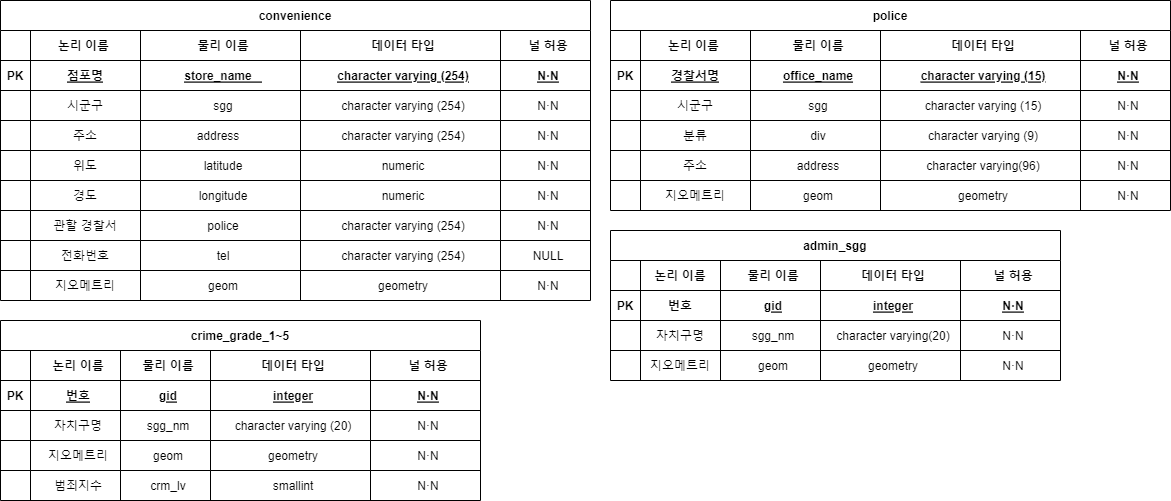
Earlier version of the draw.io export ERD.drawio.png (ssing365/ansimMap). Source tidied: cells renumbered, new cells last; positions are measured from the earlier drawing's top-left corner, leaving out a move shared by most shapes.
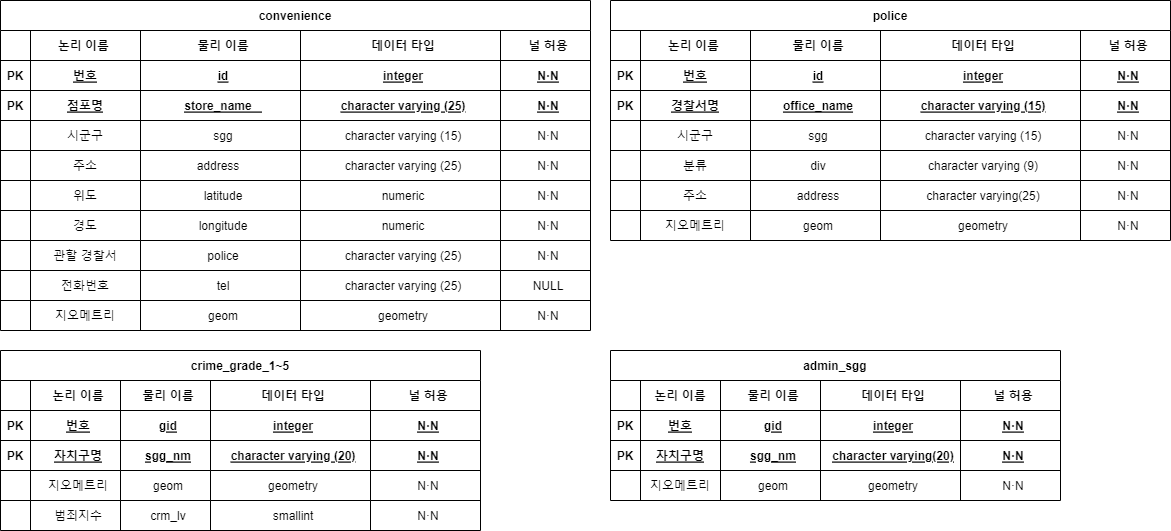
After the change.

The edit, as a diff of the source:
```diff
@@ -5,3 +5,3 @@
     <mxCell id="2" value="convenience" style="shape=table;startSize=30;rowLines=1;fontStyle=1;align=center;resizeLastRow=0;horizontal=1;" parent="1" vertex="1">
-      <mxGeometry width="590" height="300" as="geometry" />
+      <mxGeometry width="590" height="330" as="geometry" />
     </mxCell>
@@ -25,4 +25,22 @@
     </mxCell>
+    <mxCell id="150" style="shape=partialRectangle;fillColor=none;top=0;left=0;right=0;bottom=1;" parent="2" vertex="1">
+      <mxGeometry y="60" width="590" height="30" as="geometry" />
+    </mxCell>
+    <mxCell id="151" value="PK" style="shape=partialRectangle;overflow=hidden;fillColor=none;top=0;left=0;bottom=0;right=0;fontStyle=1;" parent="150" vertex="1">
+      <mxGeometry width="30" height="30" as="geometry" />
+    </mxCell>
+    <mxCell id="152" value="번호" style="shape=partialRectangle;overflow=hidden;fillColor=none;top=0;left=0;bottom=0;right=0;fontStyle=5;" parent="150" vertex="1">
+      <mxGeometry x="30" width="110" height="30" as="geometry" />
+    </mxCell>
+    <mxCell id="153" value="id" style="shape=partialRectangle;overflow=hidden;fillColor=none;top=0;left=0;bottom=0;right=0;align=center;spacingLeft=6;fontStyle=5;" parent="150" vertex="1">
+      <mxGeometry x="140" width="160" height="30" as="geometry" />
+    </mxCell>
+    <mxCell id="154" value="integer" style="shape=partialRectangle;overflow=hidden;fillColor=none;top=0;left=0;bottom=0;right=0;align=center;spacingLeft=6;fontStyle=5;" parent="150" vertex="1">
+      <mxGeometry x="300" width="200" height="30" as="geometry" />
+    </mxCell>
+    <mxCell id="155" value="N·N" style="shape=partialRectangle;overflow=hidden;fillColor=none;top=0;left=0;bottom=0;right=0;align=center;spacingLeft=6;fontStyle=5;" parent="150" vertex="1">
+      <mxGeometry x="500" width="90" height="30" as="geometry" />
+    </mxCell>
     <mxCell id="9" style="shape=partialRectangle;fillColor=none;top=0;left=0;right=0;bottom=1;" parent="2" vertex="1">
-      <mxGeometry y="60" width="590" height="30" as="geometry" />
+      <mxGeometry y="90" width="590" height="30" as="geometry" />
     </mxCell>
@@ -37,3 +55,3 @@
     </mxCell>
-    <mxCell id="13" value="character varying (254)" style="shape=partialRectangle;overflow=hidden;fillColor=none;top=0;left=0;bottom=0;right=0;align=center;spacingLeft=6;fontStyle=5;" parent="9" vertex="1">
+    <mxCell id="13" value="character varying (25)" style="shape=partialRectangle;overflow=hidden;fillColor=none;top=0;left=0;bottom=0;right=0;align=center;spacingLeft=6;fontStyle=5;" parent="9" vertex="1">
       <mxGeometry x="300" width="200" height="30" as="geometry" />
@@ -44,3 +62,3 @@
     <mxCell id="15" style="shape=partialRectangle;fillColor=none;top=0;left=0;right=0;bottom=0;" parent="2" vertex="1">
-      <mxGeometry y="90" width="590" height="30" as="geometry" />
+      <mxGeometry y="120" width="590" height="30" as="geometry" />
     </mxCell>
@@ -55,3 +73,3 @@
     </mxCell>
-    <mxCell id="19" value="character varying (254)" style="shape=partialRectangle;overflow=hidden;fillColor=none;top=0;left=0;bottom=0;right=0;align=center;spacingLeft=6;" parent="15" vertex="1">
+    <mxCell id="19" value="character varying (15)" style="shape=partialRectangle;overflow=hidden;fillColor=none;top=0;left=0;bottom=0;right=0;align=center;spacingLeft=6;" parent="15" vertex="1">
       <mxGeometry x="300" width="200" height="30" as="geometry" />
@@ -62,3 +80,3 @@
     <mxCell id="21" style="shape=partialRectangle;fillColor=none;top=0;left=0;right=0;bottom=0;" parent="2" vertex="1">
-      <mxGeometry y="120" width="590" height="30" as="geometry" />
+      <mxGeometry y="150" width="590" height="30" as="geometry" />
     </mxCell>
@@ -73,3 +91,3 @@
     </mxCell>
-    <mxCell id="25" value="character varying (254)" style="shape=partialRectangle;overflow=hidden;fillColor=none;top=0;left=0;bottom=0;right=0;align=center;spacingLeft=6;" parent="21" vertex="1">
+    <mxCell id="25" value="character varying (25)" style="shape=partialRectangle;overflow=hidden;fillColor=none;top=0;left=0;bottom=0;right=0;align=center;spacingLeft=6;" parent="21" vertex="1">
       <mxGeometry x="300" width="200" height="30" as="geometry" />
@@ -80,3 +98,3 @@
     <mxCell id="27" style="shape=partialRectangle;fillColor=none;top=0;left=0;right=0;bottom=0;" parent="2" vertex="1">
-      <mxGeometry y="150" width="590" height="30" as="geometry" />
+      <mxGeometry y="180" width="590" height="30" as="geometry" />
     </mxCell>
@@ -98,3 +116,3 @@
     <mxCell id="33" style="shape=partialRectangle;fillColor=none;top=0;left=0;right=0;bottom=0;" parent="2" vertex="1">
-      <mxGeometry y="180" width="590" height="30" as="geometry" />
+      <mxGeometry y="210" width="590" height="30" as="geometry" />
     </mxCell>
@@ -116,3 +134,3 @@
     <mxCell id="39" style="shape=partialRectangle;fillColor=none;top=0;left=0;right=0;bottom=0;" parent="2" vertex="1">
-      <mxGeometry y="210" width="590" height="30" as="geometry" />
+      <mxGeometry y="240" width="590" height="30" as="geometry" />
     </mxCell>
@@ -127,3 +145,3 @@
     </mxCell>
-    <mxCell id="43" value="character varying (254)" style="shape=partialRectangle;overflow=hidden;fillColor=none;top=0;left=0;bottom=0;right=0;align=center;spacingLeft=6;" parent="39" vertex="1">
+    <mxCell id="43" value="character varying (25)" style="shape=partialRectangle;overflow=hidden;fillColor=none;top=0;left=0;bottom=0;right=0;align=center;spacingLeft=6;" parent="39" vertex="1">
       <mxGeometry x="300" width="200" height="30" as="geometry" />
@@ -134,3 +152,3 @@
     <mxCell id="45" style="shape=partialRectangle;fillColor=none;top=0;left=0;right=0;bottom=0;" parent="2" vertex="1">
-      <mxGeometry y="240" width="590" height="30" as="geometry" />
+      <mxGeometry y="270" width="590" height="30" as="geometry" />
     </mxCell>
@@ -145,3 +163,3 @@
     </mxCell>
-    <mxCell id="49" value="character varying (254)" style="shape=partialRectangle;overflow=hidden;fillColor=none;top=0;left=0;bottom=0;right=0;align=center;spacingLeft=6;" parent="45" vertex="1">
+    <mxCell id="49" value="character varying (25)" style="shape=partialRectangle;overflow=hidden;fillColor=none;top=0;left=0;bottom=0;right=0;align=center;spacingLeft=6;" parent="45" vertex="1">
       <mxGeometry x="300" width="200" height="30" as="geometry" />
@@ -152,3 +170,3 @@
     <mxCell id="51" style="shape=partialRectangle;fillColor=none;top=0;left=0;right=0;bottom=0;" parent="2" vertex="1">
-      <mxGeometry y="270" width="590" height="30" as="geometry" />
+      <mxGeometry y="300" width="590" height="30" as="geometry" />
     </mxCell>
@@ -170,3 +188,3 @@
     <mxCell id="57" value="admin_sgg" style="shape=table;startSize=30;rowLines=0;fontStyle=1;align=center;" parent="1" vertex="1">
-      <mxGeometry x="610" y="230" width="450" height="150" as="geometry" />
+      <mxGeometry x="610" y="350" width="450" height="150" as="geometry" />
     </mxCell>
@@ -196,3 +214,3 @@
     </mxCell>
-    <mxCell id="66" value="번호" style="shape=partialRectangle;fillColor=none;top=0;left=0;bottom=0;right=0;fontStyle=1;overflow=hidden;align=center;" parent="64" vertex="1">
+    <mxCell id="66" value="번호" style="shape=partialRectangle;fillColor=none;top=0;left=0;bottom=0;right=0;fontStyle=5;overflow=hidden;align=center;" parent="64" vertex="1">
       <mxGeometry x="30" width="80" height="30" as="geometry" />
@@ -211,15 +229,15 @@
     </mxCell>
-    <mxCell id="71" style="shape=partialRectangle;fillColor=none;top=0;left=0;bottom=0;right=0;fontStyle=1;overflow=hidden;" parent="70" vertex="1">
+    <mxCell id="71" value="PK" style="shape=partialRectangle;fillColor=none;top=0;left=0;bottom=0;right=0;fontStyle=1;overflow=hidden;" parent="70" vertex="1">
       <mxGeometry width="30" height="30" as="geometry" />
     </mxCell>
-    <mxCell id="72" value="자치구명" style="shape=partialRectangle;fillColor=none;top=0;left=0;bottom=0;right=0;fontStyle=0;overflow=hidden;align=center;" parent="70" vertex="1">
+    <mxCell id="72" value="자치구명" style="shape=partialRectangle;fillColor=none;top=0;left=0;bottom=0;right=0;fontStyle=5;overflow=hidden;align=center;" parent="70" vertex="1">
       <mxGeometry x="30" width="80" height="30" as="geometry" />
     </mxCell>
-    <mxCell id="73" value="sgg_nm" style="shape=partialRectangle;fillColor=none;top=0;left=0;bottom=0;right=0;align=center;spacingLeft=6;fontStyle=0;overflow=hidden;" parent="70" vertex="1">
+    <mxCell id="73" value="sgg_nm" style="shape=partialRectangle;fillColor=none;top=0;left=0;bottom=0;right=0;align=center;spacingLeft=6;fontStyle=5;overflow=hidden;" parent="70" vertex="1">
       <mxGeometry x="110" width="100" height="30" as="geometry" />
     </mxCell>
-    <mxCell id="74" value="character varying(20)" style="shape=partialRectangle;fillColor=none;top=0;left=0;bottom=0;right=0;align=center;spacingLeft=6;fontStyle=0;overflow=hidden;" parent="70" vertex="1">
+    <mxCell id="74" value="character varying(20)" style="shape=partialRectangle;fillColor=none;top=0;left=0;bottom=0;right=0;align=center;spacingLeft=6;fontStyle=5;overflow=hidden;" parent="70" vertex="1">
       <mxGeometry x="210" width="140" height="30" as="geometry" />
     </mxCell>
-    <mxCell id="75" value="N·N" style="shape=partialRectangle;fillColor=none;top=0;left=0;bottom=0;right=0;align=center;spacingLeft=6;fontStyle=0;overflow=hidden;" parent="70" vertex="1">
+    <mxCell id="75" value="N·N" style="shape=partialRectangle;fillColor=none;top=0;left=0;bottom=0;right=0;align=center;spacingLeft=6;fontStyle=5;overflow=hidden;" parent="70" vertex="1">
       <mxGeometry x="350" width="100" height="30" as="geometry" />
@@ -245,3 +263,3 @@
     <mxCell id="82" value="police" style="shape=table;startSize=30;rowLines=1;fontStyle=1;align=center;resizeLastRow=0;horizontal=1;" parent="1" vertex="1">
-      <mxGeometry x="610" width="560" height="210" as="geometry" />
+      <mxGeometry x="610" width="560" height="240" as="geometry" />
     </mxCell>
@@ -265,4 +283,22 @@
     </mxCell>
+    <mxCell id="156" style="shape=partialRectangle;fillColor=none;top=0;left=0;right=0;bottom=1;" parent="82" vertex="1">
+      <mxGeometry y="60" width="560" height="30" as="geometry" />
+    </mxCell>
+    <mxCell id="157" value="PK" style="shape=partialRectangle;overflow=hidden;fillColor=none;top=0;left=0;bottom=0;right=0;fontStyle=1;" parent="156" vertex="1">
+      <mxGeometry width="30" height="30" as="geometry" />
+    </mxCell>
+    <mxCell id="158" value="번호" style="shape=partialRectangle;overflow=hidden;fillColor=none;top=0;left=0;bottom=0;right=0;fontStyle=5;" parent="156" vertex="1">
+      <mxGeometry x="30" width="110" height="30" as="geometry" />
+    </mxCell>
+    <mxCell id="159" value="id" style="shape=partialRectangle;overflow=hidden;fillColor=none;top=0;left=0;bottom=0;right=0;align=center;spacingLeft=6;fontStyle=5;" parent="156" vertex="1">
+      <mxGeometry x="140" width="130" height="30" as="geometry" />
+    </mxCell>
+    <mxCell id="160" value="integer" style="shape=partialRectangle;overflow=hidden;fillColor=none;top=0;left=0;bottom=0;right=0;align=center;spacingLeft=6;fontStyle=5;" parent="156" vertex="1">
+      <mxGeometry x="270" width="200" height="30" as="geometry" />
+    </mxCell>
+    <mxCell id="161" value="N·N" style="shape=partialRectangle;overflow=hidden;fillColor=none;top=0;left=0;bottom=0;right=0;align=center;spacingLeft=6;fontStyle=5;" parent="156" vertex="1">
+      <mxGeometry x="470" width="90" height="30" as="geometry" />
+    </mxCell>
     <mxCell id="89" style="shape=partialRectangle;fillColor=none;top=0;left=0;right=0;bottom=1;" parent="82" vertex="1">
-      <mxGeometry y="60" width="560" height="30" as="geometry" />
+      <mxGeometry y="90" width="560" height="30" as="geometry" />
     </mxCell>
@@ -284,3 +320,3 @@
     <mxCell id="95" style="shape=partialRectangle;fillColor=none;top=0;left=0;right=0;bottom=0;" parent="82" vertex="1">
-      <mxGeometry y="90" width="560" height="30" as="geometry" />
+      <mxGeometry y="120" width="560" height="30" as="geometry" />
     </mxCell>
@@ -302,3 +338,3 @@
     <mxCell id="101" style="shape=partialRectangle;fillColor=none;top=0;left=0;right=0;bottom=0;" parent="82" vertex="1">
-      <mxGeometry y="120" width="560" height="30" as="geometry" />
+      <mxGeometry y="150" width="560" height="30" as="geometry" />
     </mxCell>
@@ -320,3 +356,3 @@
     <mxCell id="107" style="shape=partialRectangle;fillColor=none;top=0;left=0;right=0;bottom=0;" parent="82" vertex="1">
-      <mxGeometry y="150" width="560" height="30" as="geometry" />
+      <mxGeometry y="180" width="560" height="30" as="geometry" />
     </mxCell>
@@ -331,3 +367,3 @@
     </mxCell>
-    <mxCell id="111" value="character varying(96)" style="shape=partialRectangle;overflow=hidden;fillColor=none;top=0;left=0;bottom=0;right=0;align=center;spacingLeft=6;" parent="107" vertex="1">
+    <mxCell id="111" value="character varying(25)" style="shape=partialRectangle;overflow=hidden;fillColor=none;top=0;left=0;bottom=0;right=0;align=center;spacingLeft=6;" parent="107" vertex="1">
       <mxGeometry x="270" width="200" height="30" as="geometry" />
@@ -338,3 +374,3 @@
     <mxCell id="113" style="shape=partialRectangle;fillColor=none;top=0;left=0;right=0;bottom=0;" parent="82" vertex="1">
-      <mxGeometry y="180" width="560" height="30" as="geometry" />
+      <mxGeometry y="210" width="560" height="30" as="geometry" />
     </mxCell>
@@ -356,3 +392,3 @@
     <mxCell id="119" value="crime_grade_1~5" style="shape=table;startSize=30;rowLines=1;fontStyle=1;align=center;" parent="1" vertex="1">
-      <mxGeometry y="320" width="480" height="180" as="geometry" />
+      <mxGeometry y="350" width="480" height="180" as="geometry" />
     </mxCell>
@@ -397,15 +433,15 @@
     </mxCell>
-    <mxCell id="133" style="shape=partialRectangle;fillColor=none;top=0;left=0;bottom=0;right=0;overflow=hidden;" parent="132" vertex="1">
+    <mxCell id="133" value="PK" style="shape=partialRectangle;fillColor=none;top=0;left=0;bottom=0;right=0;overflow=hidden;fontStyle=1;" parent="132" vertex="1">
       <mxGeometry width="30" height="30" as="geometry" />
     </mxCell>
-    <mxCell id="134" value="자치구명" style="shape=partialRectangle;fillColor=none;top=0;left=0;bottom=0;right=0;align=center;spacingLeft=6;overflow=hidden;" parent="132" vertex="1">
+    <mxCell id="134" value="자치구명" style="shape=partialRectangle;fillColor=none;top=0;left=0;bottom=0;right=0;align=center;spacingLeft=6;overflow=hidden;fontStyle=5;" parent="132" vertex="1">
       <mxGeometry x="30" width="90" height="30" as="geometry" />
     </mxCell>
-    <mxCell id="135" value="sgg_nm" style="shape=partialRectangle;fillColor=none;top=0;left=0;bottom=0;right=0;align=center;spacingLeft=6;overflow=hidden;" parent="132" vertex="1">
+    <mxCell id="135" value="sgg_nm" style="shape=partialRectangle;fillColor=none;top=0;left=0;bottom=0;right=0;align=center;spacingLeft=6;overflow=hidden;fontStyle=5;" parent="132" vertex="1">
       <mxGeometry x="120" width="90" height="30" as="geometry" />
     </mxCell>
-    <mxCell id="136" value="character varying (20)" style="shape=partialRectangle;fillColor=none;top=0;left=0;bottom=0;right=0;align=center;spacingLeft=6;overflow=hidden;" parent="132" vertex="1">
+    <mxCell id="136" value="character varying (20)" style="shape=partialRectangle;fillColor=none;top=0;left=0;bottom=0;right=0;align=center;spacingLeft=6;overflow=hidden;fontStyle=5;" parent="132" vertex="1">
       <mxGeometry x="210" width="160" height="30" as="geometry" />
     </mxCell>
-    <mxCell id="137" value="N·N" style="shape=partialRectangle;fillColor=none;top=0;left=0;bottom=0;right=0;align=center;spacingLeft=6;overflow=hidden;" parent="132" vertex="1">
+    <mxCell id="137" value="N·N" style="shape=partialRectangle;fillColor=none;top=0;left=0;bottom=0;right=0;align=center;spacingLeft=6;overflow=hidden;fontStyle=5;" parent="132" vertex="1">
       <mxGeometry x="370" width="110" height="30" as="geometry" />
```
